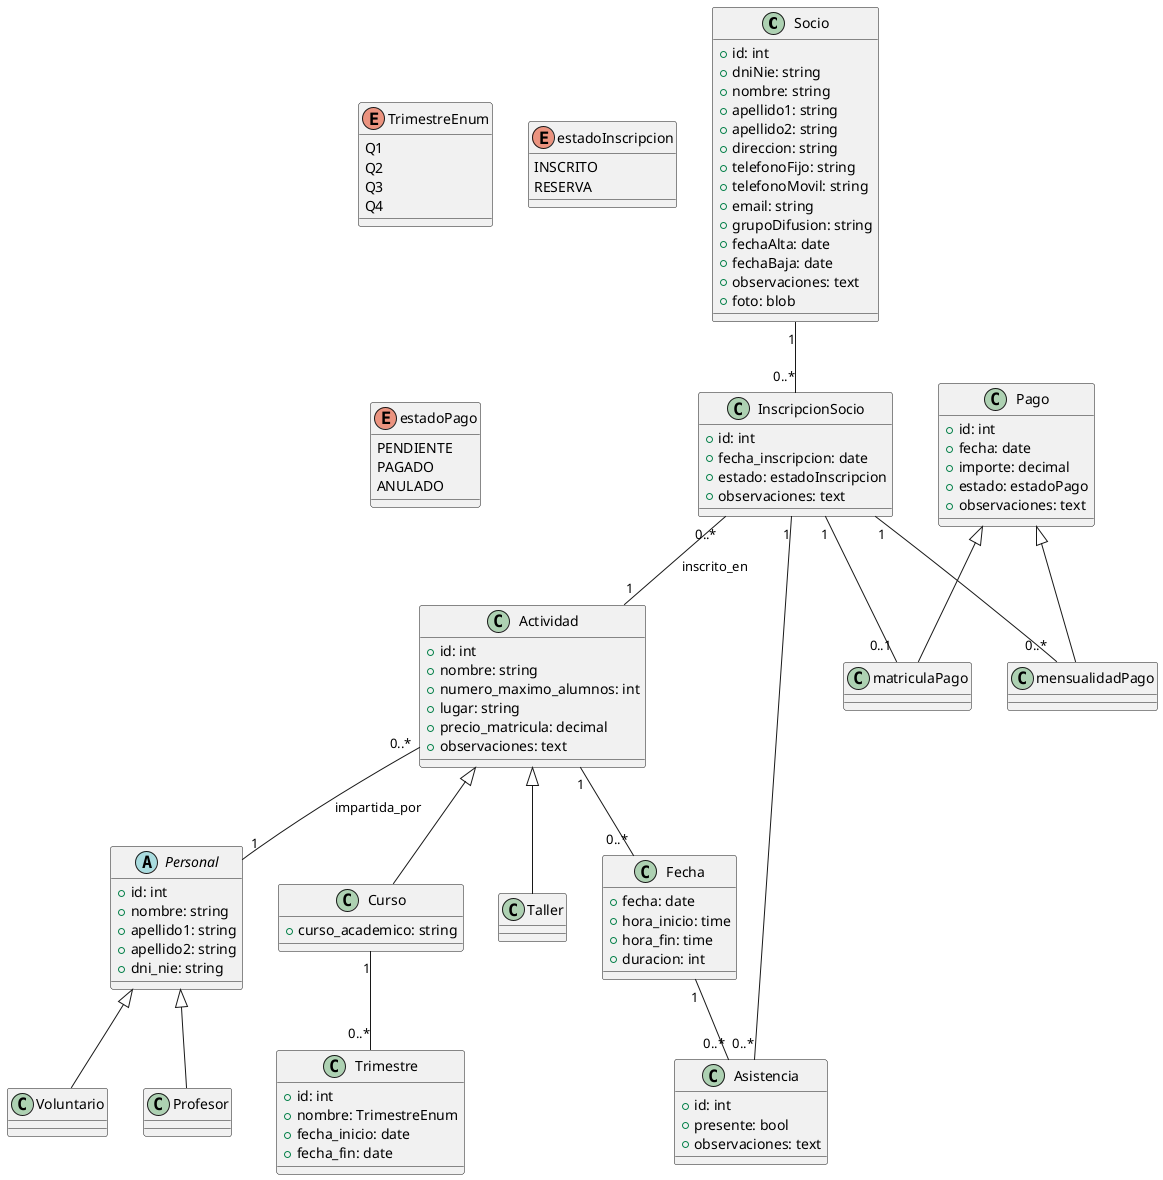
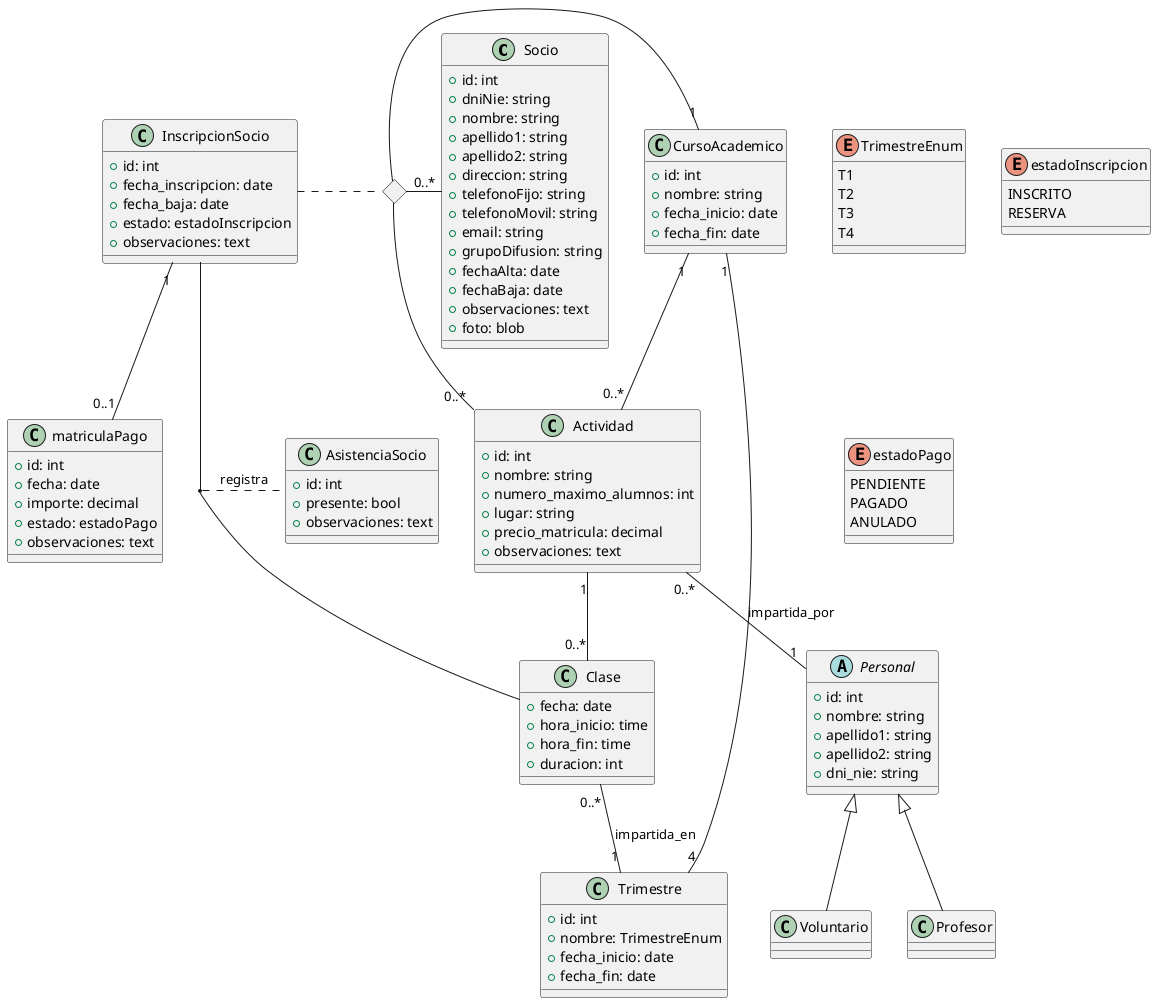
- 
@startuml

class Socio {
-   +id: int
-   +dniNie: string
-   +nombre: string
-   +apellido1: string
-   +apellido2: string
-   +direccion: string
-   +telefonoFijo: string
-   +telefonoMovil: string
-   +email: string
-   +grupoDifusion: string
-   +fechaAlta: date
-   +fechaBaja: date
-   +observaciones: text
-   +foto: blob
+     +id: int
+     +dniNie: string
+     +nombre: string
+     +apellido1: string
+     +apellido2: string
+     +direccion: string
+     +telefonoFijo: string
+     +telefonoMovil: string
+     +email: string
+     +grupoDifusion: string
+     +fechaAlta: date
+     +fechaBaja: date
+     +observaciones: text
+     +foto: blob
}

abstract class Personal {
    +id: int
    +nombre: string
    +apellido1: string
    +apellido2: string
    +dni_nie: string
}

class Voluntario
class Profesor

Personal <|-- Voluntario
Personal <|-- Profesor

enum TrimestreEnum {
-     Q1
-     Q2
-     Q3
-     Q4
+     T1
+     T2
+     T3
+     T4
+ }
+ 
+ class CursoAcademico {
+     +id: int
+     +nombre: string
+     +fecha_inicio: date
+     +fecha_fin: date
}

class Actividad {
    +id: int
    +nombre: string
    +numero_maximo_alumnos: int
    +lugar: string
    +precio_matricula: decimal
    +observaciones: text
}

- class Curso {
-     +curso_academico: string
- }
- class Taller {
- }
- 
class Trimestre {
    +id: int
    +nombre: TrimestreEnum
    +fecha_inicio: date
    +fecha_fin: date
}

- Actividad <|-- Curso
- Actividad <|-- Taller
- 
enum estadoInscripcion {
    INSCRITO
    RESERVA
}
+ 
class InscripcionSocio {
    +id: int
    +fecha_inscripcion: date
+     +fecha_baja: date
    +estado: estadoInscripcion
    +observaciones: text
}

- class Fecha
- {
+ class Clase {
    +fecha: date
    +hora_inicio: time
    +hora_fin: time
    +duracion: int
- }
- 
- class Asistencia {
-     +id: int
-     +presente: bool
-     +observaciones: text
}

enum estadoPago {
    PENDIENTE
    PAGADO
    ANULADO
}

- class Pago {
+ class matriculaPago {
    +id: int
    +fecha: date
    +importe: decimal
    +estado: estadoPago
    +observaciones: text
}

- class matriculaPago {
+ <> diamond
+ InscripcionSocio . diamond
+ diamond - "1" CursoAcademico
+ diamond - "0..*" Actividad
+ diamond - "0..*" Socio
+ 
+ InscripcionSocio "1" -- "0..1" matriculaPago
+ CursoAcademico "1" -- "0..*" Actividad
+ CursoAcademico "1" -- "4" Trimestre
+ Actividad "1" -- "0..*" Clase
+ Clase "0..*" -- "1" Trimestre : impartida_en
+ 
+ (InscripcionSocio, Clase) "0..*" .. "0..*" AsistenciaSocio : registra
+ 
+ class AsistenciaSocio {
+     +id: int
+     +presente: bool
+     +observaciones: text
}
- class mensualidadPago {
- }
- 
- Pago <|-- matriculaPago
- Pago <|-- mensualidadPago
- 
- Socio "1" -- "0..*" InscripcionSocio
- InscripcionSocio "0..*" -- "1" Actividad : inscrito_en
- InscripcionSocio "1" -- "0..*" Asistencia
- InscripcionSocio "1" -- "0..1" matriculaPago
- InscripcionSocio "1" -- "0..*" mensualidadPago
- Actividad "1" -- "0..*" Fecha
- Fecha "1" -- "0..*" Asistencia
- Curso "1" -- "0..*" Trimestre

Actividad "0..*" -- "1" Personal : impartida_por

@enduml
